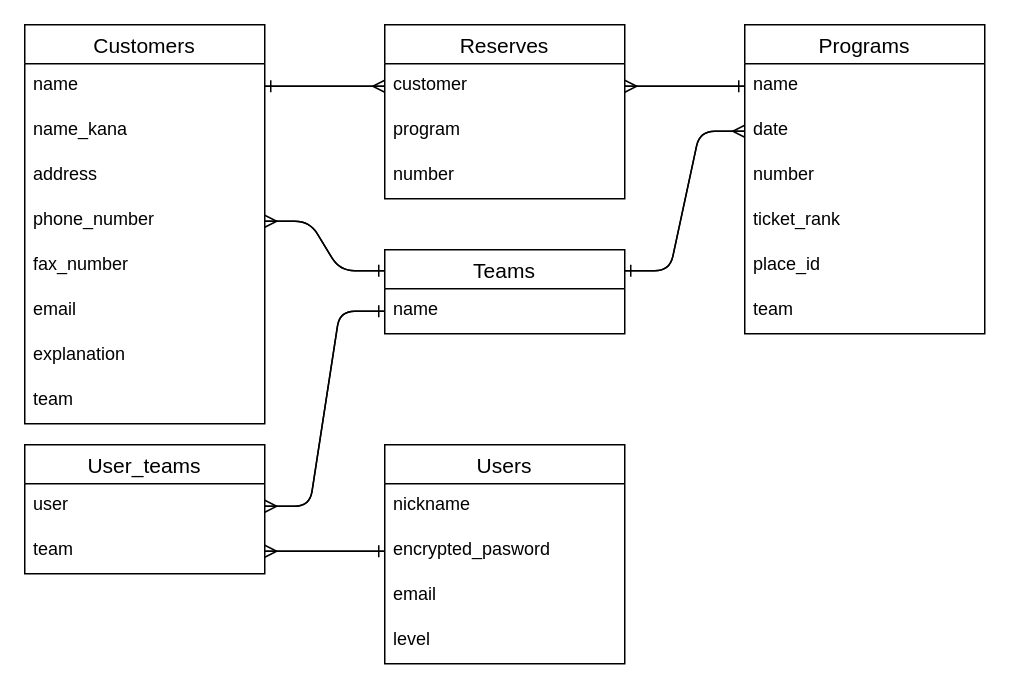
hachiko38101/ticket_bunch keeps this draw.io diagram as ER.dio. Above is the earlier version. Source tidied: cells renumbered, new cells numbered last; positions are measured from the earlier drawing's top-left corner, leaving out a move shared by most shapes. Both pictures are drawn from the tidied source at 150%, with x=0, y=0 at pixel (24, 24).
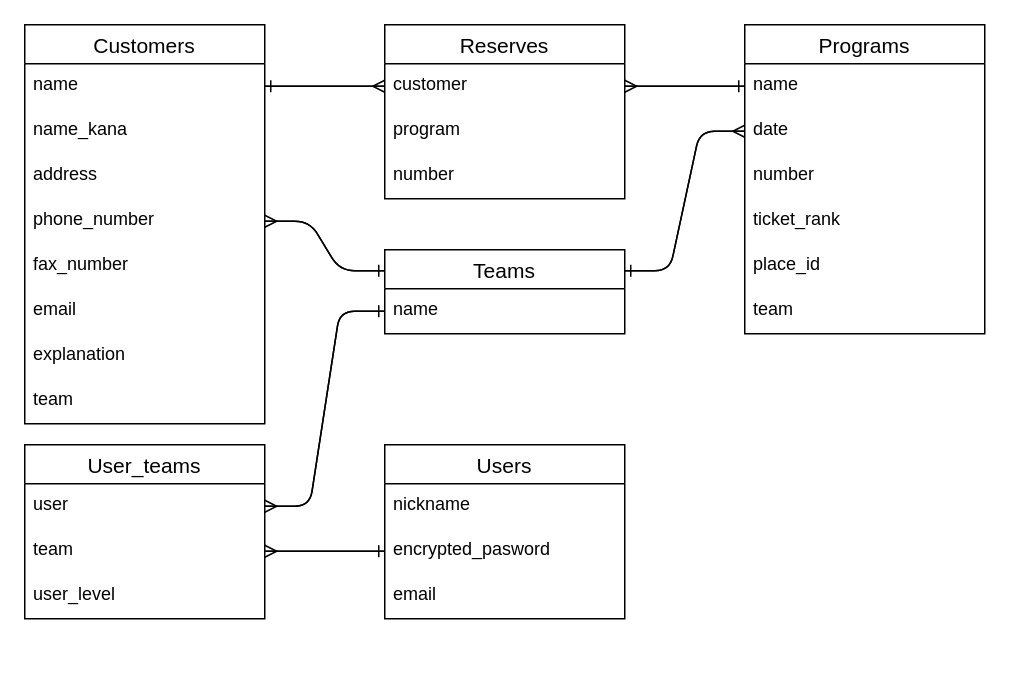
The same page after the edit.

Commit message (it also covers changes not shown here):
READ MEとER図再修正

Diff of the diagram source:
```diff
@@
     <mxCell id="18" value="Users" style="swimlane;fontStyle=0;horizontal=1;startSize=26;align=center;fontSize=14;" parent="1" vertex="1">
-      <mxGeometry x="240" y="280" width="160" height="146" as="geometry" />
+      <mxGeometry x="240" y="280" width="160" height="116" as="geometry" />
     </mxCell>
@@
-    <mxCell id="22" value="level" style="text;strokeColor=none;fillColor=none;spacingLeft=4;spacingRight=4;overflow=hidden;fontSize=12;" parent="18" vertex="1">
-      <mxGeometry y="116" width="160" height="30" as="geometry" />
-    </mxCell>
@@
     <mxCell id="29" value="User_teams" style="swimlane;fontStyle=0;horizontal=1;startSize=26;align=center;fontSize=14;" parent="1" vertex="1">
-      <mxGeometry y="280" width="160" height="86" as="geometry" />
+      <mxGeometry y="280" width="160" height="116" as="geometry" />
     </mxCell>
@@
+    <mxCell id="44" value="user_level" style="text;strokeColor=none;fillColor=none;spacingLeft=4;spacingRight=4;overflow=hidden;fontSize=12;" parent="29" vertex="1">
+      <mxGeometry y="86" width="160" height="30" as="geometry" />
+    </mxCell>
```
